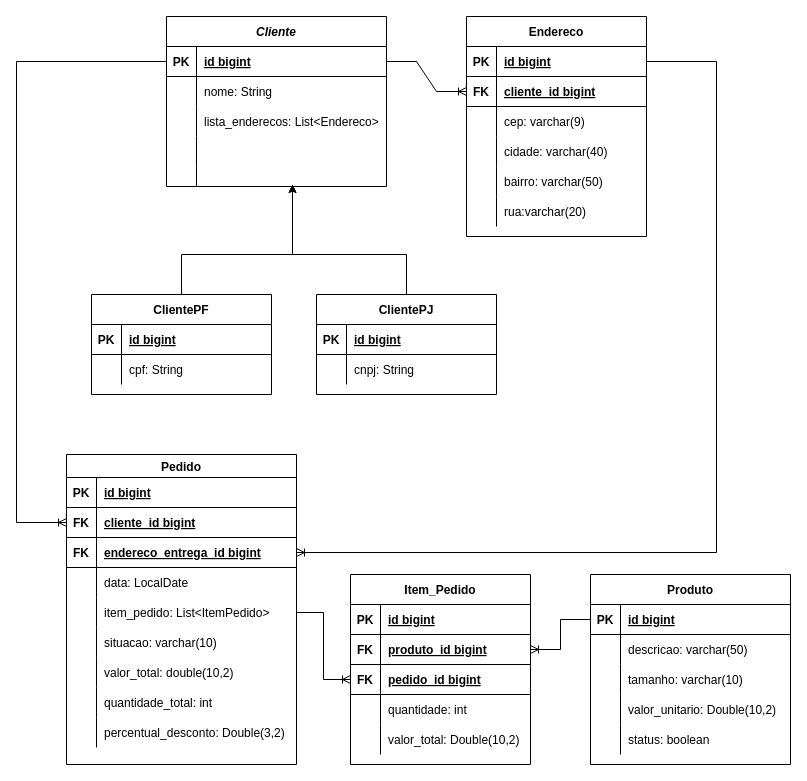
This is outros-documentos/mer_atualizado.drawio from ambrosiaandrade/proway-vissemodas, a draw.io file, before an edit. Source tidied: cells renumbered, new cells numbered last; positions are measured from the earlier drawing's top-left corner, leaving out a move shared by most shapes. Both pictures are drawn from the tidied source at 100%, with x=0, y=0 at pixel (16, 16).
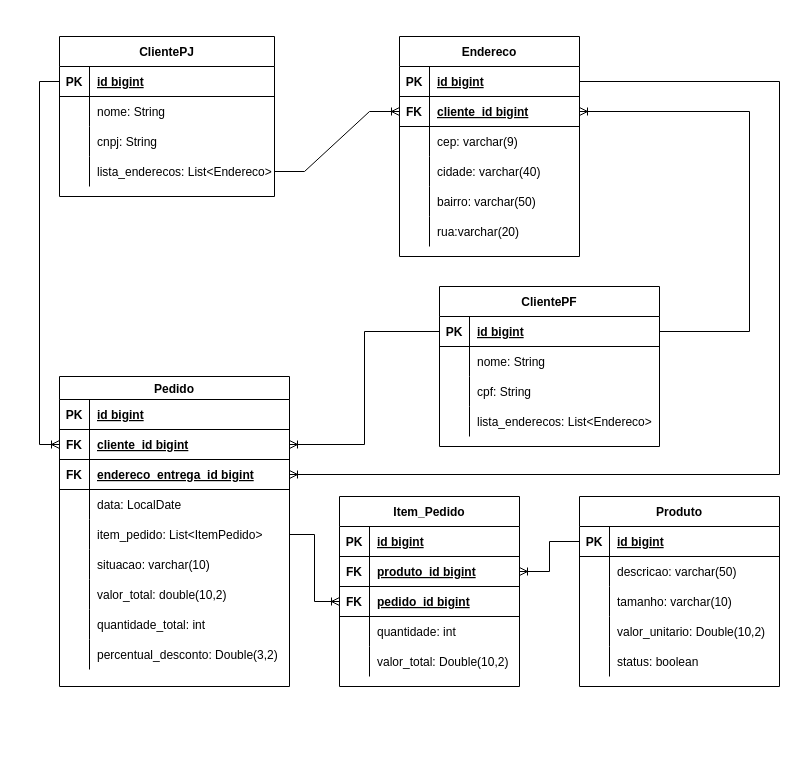
The same diagram, later.

The change refers to these unchanged cells:
```xml
<mxCell id="22" style="shape=partialRectangle;fillColor=none;top=0;left=0;bottom=1;right=0;points=[[0,0.5],[1,0.5]];portConstraint=eastwest;" parent="18" vertex="1">
  <mxGeometry y="53" width="230" height="30" as="geometry" />
</mxCell>
<mxCell id="25" style="shape=partialRectangle;fillColor=none;top=0;left=0;bottom=1;right=0;points=[[0,0.5],[1,0.5]];portConstraint=eastwest;" parent="18" vertex="1">
  <mxGeometry y="83" width="230" height="30" as="geometry" />
</mxCell>
<mxCell id="63" style="shape=partialRectangle;fillColor=none;top=0;left=0;bottom=1;right=0;points=[[0,0.5],[1,0.5]];portConstraint=eastwest;" parent="62" vertex="1">
  <mxGeometry y="30" width="180" height="30" as="geometry" />
</mxCell>
<mxCell id="66" style="shape=partialRectangle;fillColor=none;top=0;left=0;bottom=1;right=0;points=[[0,0.5],[1,0.5]];portConstraint=eastwest;" parent="62" vertex="1">
  <mxGeometry y="60" width="180" height="30" as="geometry" />
</mxCell>
```

Diff of the diagram source:
```diff
@@
     <mxCell id="2" value="Produto" style="shape=table;startSize=30;childLayout=tableLayout;rowLines=0;fontStyle=1;align=center;" parent="1" vertex="1">
-      <mxGeometry x="574" y="558" width="200" height="190" as="geometry" />
+      <mxGeometry x="563" y="480" width="200" height="190" as="geometry" />
     </mxCell>
@@
     <mxCell id="18" value="Pedido" style="shape=table;startSize=23;childLayout=tableLayout;rowLines=0;fontStyle=1;align=center;" parent="1" vertex="1">
-      <mxGeometry x="50" y="438" width="230" height="310" as="geometry" />
+      <mxGeometry x="43" y="360" width="230" height="310" as="geometry" />
     </mxCell>
@@
     <mxCell id="46" value="Item_Pedido" style="shape=table;startSize=30;childLayout=tableLayout;rowLines=0;fontStyle=1;align=center;" parent="1" vertex="1">
-      <mxGeometry x="334" y="558" width="180" height="190" as="geometry" />
+      <mxGeometry x="323" y="480" width="180" height="190" as="geometry" />
     </mxCell>
@@
     <mxCell id="62" value="Endereco" style="shape=table;startSize=30;childLayout=tableLayout;rowLines=0;fontStyle=1;align=center;" parent="1" vertex="1">
-      <mxGeometry x="450" width="180" height="220" as="geometry" />
+      <mxGeometry x="383" y="20" width="180" height="220" as="geometry" />
     </mxCell>
@@
-    <mxCell id="81" value="Cliente" style="shape=table;startSize=30;childLayout=tableLayout;rowLines=0;fontStyle=3;align=center;" parent="1" vertex="1">
-      <mxGeometry x="150" width="220" height="170" as="geometry" />
-    </mxCell>
-    <mxCell id="82" style="shape=partialRectangle;fillColor=none;top=0;left=0;bottom=1;right=0;points=[[0,0.5],[1,0.5]];portConstraint=eastwest;" parent="81" vertex="1">
-      <mxGeometry y="30" width="220" height="30" as="geometry" />
-    </mxCell>
-    <mxCell id="83" value="PK" style="shape=partialRectangle;fillColor=none;top=0;left=0;bottom=0;right=0;fontStyle=1;overflow=hidden;" parent="82" vertex="1">
-      <mxGeometry width="30" height="30" as="geometry" />
-    </mxCell>
-    <mxCell id="84" value="id bigint" style="shape=partialRectangle;fillColor=none;top=0;left=0;bottom=0;right=0;align=left;spacingLeft=6;fontStyle=5;overflow=hidden;" parent="82" vertex="1">
-      <mxGeometry x="30" width="190" height="30" as="geometry" />
-    </mxCell>
-    <mxCell id="85" style="shape=partialRectangle;fillColor=none;top=0;left=0;bottom=0;right=0;" parent="81" vertex="1">
-      <mxGeometry y="60" width="220" height="30" as="geometry" />
-    </mxCell>
-    <mxCell id="86" style="shape=partialRectangle;fillColor=none;top=0;left=0;bottom=0;right=0;overflow=hidden;" parent="85" vertex="1">
-      <mxGeometry width="30" height="30" as="geometry" />
-    </mxCell>
-    <mxCell id="87" value="nome: String" style="shape=partialRectangle;fillColor=none;top=0;left=0;bottom=0;right=0;align=left;spacingLeft=6;overflow=hidden;" parent="85" vertex="1">
-      <mxGeometry x="30" width="190" height="30" as="geometry" />
-    </mxCell>
-    <mxCell id="88" style="shape=partialRectangle;fillColor=none;top=0;left=0;bottom=0;right=0;" parent="81" vertex="1">
-      <mxGeometry y="90" width="220" height="30" as="geometry" />
-    </mxCell>
-    <mxCell id="89" style="shape=partialRectangle;fillColor=none;top=0;left=0;bottom=0;right=0;overflow=hidden;" parent="88" vertex="1">
-      <mxGeometry width="30" height="30" as="geometry" />
-    </mxCell>
-    <mxCell id="90" value="lista_enderecos: List&lt;Endereco&gt;" style="shape=partialRectangle;fillColor=none;top=0;left=0;bottom=0;right=0;align=left;spacingLeft=6;overflow=hidden;" parent="88" vertex="1">
-      <mxGeometry x="30" width="190" height="30" as="geometry" />
-    </mxCell>
-    <mxCell id="91" style="shape=partialRectangle;fillColor=none;top=0;left=0;bottom=0;right=0;" parent="81" vertex="1">
-      <mxGeometry y="120" width="220" height="30" as="geometry" />
-    </mxCell>
-    <mxCell id="92" style="shape=partialRectangle;fillColor=none;top=0;left=0;bottom=0;right=0;overflow=hidden;" parent="91" vertex="1">
-      <mxGeometry width="30" height="30" as="geometry" />
-    </mxCell>
-    <mxCell id="93" style="shape=partialRectangle;fillColor=none;top=0;left=0;bottom=0;right=0;align=left;spacingLeft=6;overflow=hidden;" parent="91" vertex="1">
-      <mxGeometry x="30" width="190" height="30" as="geometry" />
-    </mxCell>
-    <mxCell id="94" style="shape=partialRectangle;fillColor=none;top=0;left=0;bottom=0;right=0;" parent="81" vertex="1">
-      <mxGeometry y="150" width="220" height="20" as="geometry" />
-    </mxCell>
-    <mxCell id="95" style="shape=partialRectangle;fillColor=none;top=0;left=0;bottom=0;right=0;overflow=hidden;" parent="94" vertex="1">
-      <mxGeometry width="30" height="20" as="geometry" />
-    </mxCell>
-    <mxCell id="96" style="shape=partialRectangle;fillColor=none;top=0;left=0;bottom=0;right=0;align=left;spacingLeft=6;overflow=hidden;" parent="94" vertex="1">
-      <mxGeometry x="30" width="190" height="20" as="geometry" />
-    </mxCell>
-    <mxCell id="97" style="endArrow=classic;html=1;rounded=0;edgeStyle=elbowEdgeStyle;elbow=vertical;exitX=0.5;exitY=0;exitDx=0;exitDy=0;" parent="1" edge="1" source="99">
-      <mxGeometry relative="1" as="geometry">
-        <mxPoint x="276" y="168" as="targetPoint" />
-        <Array as="points">
-          <mxPoint x="230" y="238" />
-          <mxPoint x="220" y="238" />
-        </Array>
-      </mxGeometry>
-    </mxCell>
-    <mxCell id="98" style="endArrow=classic;html=1;rounded=0;edgeStyle=elbowEdgeStyle;elbow=vertical;exitX=0.5;exitY=0;exitDx=0;exitDy=0;" parent="1" edge="1" source="106">
-      <mxGeometry relative="1" as="geometry">
-        <mxPoint x="276" y="168" as="targetPoint" />
-        <Array as="points">
-          <mxPoint x="330" y="238" />
-        </Array>
-      </mxGeometry>
-    </mxCell>
-    <mxCell id="99" value="ClientePF" style="shape=table;startSize=30;childLayout=tableLayout;rowLines=0;fontStyle=1;align=center;" parent="1" vertex="1">
-      <mxGeometry x="75" y="278" width="180" height="100" as="geometry" />
-    </mxCell>
-    <mxCell id="100" style="shape=partialRectangle;fillColor=none;top=0;left=0;bottom=1;right=0;" parent="99" vertex="1">
-      <mxGeometry y="30" width="180" height="30" as="geometry" />
-    </mxCell>
-    <mxCell id="101" value="PK" style="shape=partialRectangle;fillColor=none;top=0;left=0;bottom=0;right=0;fontStyle=1;overflow=hidden;" parent="100" vertex="1">
-      <mxGeometry width="30" height="30" as="geometry" />
-    </mxCell>
-    <mxCell id="102" value="id bigint" style="shape=partialRectangle;fillColor=none;top=0;left=0;bottom=0;right=0;align=left;spacingLeft=6;fontStyle=5;overflow=hidden;" parent="100" vertex="1">
-      <mxGeometry x="30" width="150" height="30" as="geometry" />
-    </mxCell>
-    <mxCell id="103" style="shape=partialRectangle;fillColor=none;top=0;left=0;bottom=0;right=0;" parent="99" vertex="1">
-      <mxGeometry y="60" width="180" height="30" as="geometry" />
-    </mxCell>
-    <mxCell id="104" style="shape=partialRectangle;fillColor=none;top=0;left=0;bottom=0;right=0;overflow=hidden;" parent="103" vertex="1">
-      <mxGeometry width="30" height="30" as="geometry" />
-    </mxCell>
-    <mxCell id="105" value="cpf: String" style="shape=partialRectangle;fillColor=none;top=0;left=0;bottom=0;right=0;align=left;spacingLeft=6;overflow=hidden;" parent="103" vertex="1">
-      <mxGeometry x="30" width="150" height="30" as="geometry" />
-    </mxCell>
-    <mxCell id="106" value="ClientePJ" style="shape=table;startSize=30;childLayout=tableLayout;rowLines=0;fontStyle=1;align=center;" parent="1" vertex="1">
-      <mxGeometry x="300" y="278" width="180" height="100" as="geometry" />
-    </mxCell>
-    <mxCell id="107" style="shape=partialRectangle;fillColor=none;top=0;left=0;bottom=1;right=0;" parent="106" vertex="1">
-      <mxGeometry y="30" width="180" height="30" as="geometry" />
-    </mxCell>
-    <mxCell id="108" value="PK" style="shape=partialRectangle;fillColor=none;top=0;left=0;bottom=0;right=0;fontStyle=1;overflow=hidden;" parent="107" vertex="1">
-      <mxGeometry width="30" height="30" as="geometry" />
-    </mxCell>
-    <mxCell id="109" value="id bigint" style="shape=partialRectangle;fillColor=none;top=0;left=0;bottom=0;right=0;align=left;spacingLeft=6;fontStyle=5;overflow=hidden;" parent="107" vertex="1">
-      <mxGeometry x="30" width="150" height="30" as="geometry" />
-    </mxCell>
-    <mxCell id="110" style="shape=partialRectangle;fillColor=none;top=0;left=0;bottom=0;right=0;" parent="106" vertex="1">
-      <mxGeometry y="60" width="180" height="30" as="geometry" />
-    </mxCell>
-    <mxCell id="111" style="shape=partialRectangle;fillColor=none;top=0;left=0;bottom=0;right=0;overflow=hidden;" parent="110" vertex="1">
-      <mxGeometry width="30" height="30" as="geometry" />
-    </mxCell>
-    <mxCell id="112" value="cnpj: String" style="shape=partialRectangle;fillColor=none;top=0;left=0;bottom=0;right=0;align=left;spacingLeft=6;overflow=hidden;" parent="110" vertex="1">
-      <mxGeometry x="30" width="150" height="30" as="geometry" />
-    </mxCell>
-    <mxCell id="113" style="edgeStyle=elbowEdgeStyle;fontSize=12;html=1;endArrow=ERoneToMany;rounded=0;exitX=0;exitY=0.5;exitDx=0;exitDy=0;elbow=vertical;entryX=0;entryY=0.5;entryDx=0;entryDy=0;" parent="1" edge="1" source="82" target="22">
+    <mxCell id="113" style="edgeStyle=elbowEdgeStyle;fontSize=12;html=1;endArrow=ERoneToMany;rounded=0;exitX=0;exitY=0.5;exitDx=0;exitDy=0;elbow=vertical;entryX=0;entryY=0.5;entryDx=0;entryDy=0;" parent="1" edge="1" source="122" target="22">
       <mxGeometry relative="1" as="geometry">
         <Array as="points">
+          <mxPoint x="23" y="290" />
           <mxPoint y="478" />
           <mxPoint x="110" y="378" />
           <mxPoint x="30" y="458" />
           <mxPoint x="100" y="183" />
           <mxPoint x="110" y="238" />
           <mxPoint x="60" y="278" />
           <mxPoint x="120" y="328" />
         </Array>
       </mxGeometry>
     </mxCell>
     <mxCell id="114" style="edgeStyle=elbowEdgeStyle;fontSize=12;html=1;endArrow=ERoneToMany;rounded=0;entryX=1;entryY=0.5;entryDx=0;entryDy=0;exitX=1;exitY=0.5;exitDx=0;exitDy=0;" parent="1" edge="1" source="63" target="25">
       <mxGeometry relative="1" as="geometry">
         <Array as="points">
+          <mxPoint x="763" y="270" />
           <mxPoint x="700" y="328" />
           <mxPoint x="540" y="548" />
         </Array>
       </mxGeometry>
     </mxCell>
@@
-    <mxCell id="117" style="edgeStyle=entityRelationEdgeStyle;fontSize=12;html=1;endArrow=ERoneToMany;rounded=0;exitX=1;exitY=0.5;exitDx=0;exitDy=0;" parent="1" edge="1" source="82" target="66">
+    <mxCell id="117" style="edgeStyle=entityRelationEdgeStyle;fontSize=12;html=1;endArrow=ERoneToMany;rounded=0;exitX=1;exitY=0.5;exitDx=0;exitDy=0;" parent="1" edge="1" source="130" target="66">
       <mxGeometry relative="1" as="geometry" />
     </mxCell>
+    <mxCell id="99" value="ClientePF" style="shape=table;startSize=30;childLayout=tableLayout;rowLines=0;fontStyle=1;align=center;" parent="1" vertex="1">
+      <mxGeometry x="423" y="270" width="220" height="160" as="geometry" />
+    </mxCell>
+    <mxCell id="82" style="shape=partialRectangle;fillColor=none;top=0;left=0;bottom=1;right=0;points=[[0,0.5],[1,0.5]];portConstraint=eastwest;" parent="99" vertex="1">
+      <mxGeometry y="30" width="220" height="30" as="geometry" />
+    </mxCell>
+    <mxCell id="118" value="PK" style="shape=partialRectangle;fillColor=none;top=0;left=0;bottom=0;right=0;fontStyle=1;overflow=hidden;" parent="82" vertex="1">
+      <mxGeometry width="30" height="30" as="geometry" />
+    </mxCell>
+    <mxCell id="84" value="id bigint" style="shape=partialRectangle;fillColor=none;top=0;left=0;bottom=0;right=0;align=left;spacingLeft=6;fontStyle=5;overflow=hidden;" parent="82" vertex="1">
+      <mxGeometry x="30" width="190" height="30" as="geometry" />
+    </mxCell>
+    <mxCell id="85" style="shape=partialRectangle;fillColor=none;top=0;left=0;bottom=0;right=0;" parent="99" vertex="1">
+      <mxGeometry y="60" width="220" height="30" as="geometry" />
+    </mxCell>
+    <mxCell id="119" style="shape=partialRectangle;fillColor=none;top=0;left=0;bottom=0;right=0;overflow=hidden;" parent="85" vertex="1">
+      <mxGeometry width="30" height="30" as="geometry" />
+    </mxCell>
+    <mxCell id="87" value="nome: String" style="shape=partialRectangle;fillColor=none;top=0;left=0;bottom=0;right=0;align=left;spacingLeft=6;overflow=hidden;" parent="85" vertex="1">
+      <mxGeometry x="30" width="190" height="30" as="geometry" />
+    </mxCell>
+    <mxCell id="88" style="shape=partialRectangle;fillColor=none;top=0;left=0;bottom=0;right=0;" parent="99" vertex="1">
+      <mxGeometry y="90" width="220" height="30" as="geometry" />
+    </mxCell>
+    <mxCell id="120" style="shape=partialRectangle;fillColor=none;top=0;left=0;bottom=0;right=0;overflow=hidden;" parent="88" vertex="1">
+      <mxGeometry width="30" height="30" as="geometry" />
+    </mxCell>
+    <mxCell id="105" value="cpf: String" style="shape=partialRectangle;fillColor=none;top=0;left=0;bottom=0;right=0;align=left;spacingLeft=6;overflow=hidden;" parent="88" vertex="1">
+      <mxGeometry x="30" width="190" height="30" as="geometry" />
+    </mxCell>
+    <mxCell id="91" style="shape=partialRectangle;fillColor=none;top=0;left=0;bottom=0;right=0;" parent="99" vertex="1">
+      <mxGeometry y="120" width="220" height="30" as="geometry" />
+    </mxCell>
+    <mxCell id="121" style="shape=partialRectangle;fillColor=none;top=0;left=0;bottom=0;right=0;overflow=hidden;" parent="91" vertex="1">
+      <mxGeometry width="30" height="30" as="geometry" />
+    </mxCell>
+    <mxCell id="90" value="lista_enderecos: List&lt;Endereco&gt;" style="shape=partialRectangle;fillColor=none;top=0;left=0;bottom=0;right=0;align=left;spacingLeft=6;overflow=hidden;" parent="91" vertex="1">
+      <mxGeometry x="30" width="190" height="30" as="geometry" />
+    </mxCell>
+    <mxCell id="106" value="ClientePJ" style="shape=table;startSize=30;childLayout=tableLayout;rowLines=0;fontStyle=1;align=center;" parent="1" vertex="1">
+      <mxGeometry x="43" y="20" width="215" height="160" as="geometry" />
+    </mxCell>
+    <mxCell id="122" style="shape=partialRectangle;fillColor=none;top=0;left=0;bottom=1;right=0;points=[[0,0.5],[1,0.5]];portConstraint=eastwest;" parent="106" vertex="1">
+      <mxGeometry y="30" width="215" height="30" as="geometry" />
+    </mxCell>
+    <mxCell id="123" value="PK" style="shape=partialRectangle;fillColor=none;top=0;left=0;bottom=0;right=0;fontStyle=1;overflow=hidden;" parent="122" vertex="1">
+      <mxGeometry width="30" height="30" as="geometry" />
+    </mxCell>
+    <mxCell id="124" value="id bigint" style="shape=partialRectangle;fillColor=none;top=0;left=0;bottom=0;right=0;align=left;spacingLeft=6;fontStyle=5;overflow=hidden;" parent="122" vertex="1">
+      <mxGeometry x="30" width="185" height="30" as="geometry" />
+    </mxCell>
+    <mxCell id="125" style="shape=partialRectangle;fillColor=none;top=0;left=0;bottom=0;right=0;" parent="106" vertex="1">
+      <mxGeometry y="60" width="215" height="30" as="geometry" />
+    </mxCell>
+    <mxCell id="126" style="shape=partialRectangle;fillColor=none;top=0;left=0;bottom=0;right=0;overflow=hidden;" parent="125" vertex="1">
+      <mxGeometry width="30" height="30" as="geometry" />
+    </mxCell>
+    <mxCell id="127" value="nome: String" style="shape=partialRectangle;fillColor=none;top=0;left=0;bottom=0;right=0;align=left;spacingLeft=6;overflow=hidden;" parent="125" vertex="1">
+      <mxGeometry x="30" width="185" height="30" as="geometry" />
+    </mxCell>
+    <mxCell id="128" style="shape=partialRectangle;fillColor=none;top=0;left=0;bottom=0;right=0;" parent="106" vertex="1">
+      <mxGeometry y="90" width="215" height="30" as="geometry" />
+    </mxCell>
+    <mxCell id="129" style="shape=partialRectangle;fillColor=none;top=0;left=0;bottom=0;right=0;overflow=hidden;" parent="128" vertex="1">
+      <mxGeometry width="30" height="30" as="geometry" />
+    </mxCell>
+    <mxCell id="112" value="cnpj: String" style="shape=partialRectangle;fillColor=none;top=0;left=0;bottom=0;right=0;align=left;spacingLeft=6;overflow=hidden;" parent="128" vertex="1">
+      <mxGeometry x="30" width="185" height="30" as="geometry" />
+    </mxCell>
+    <mxCell id="130" style="shape=partialRectangle;fillColor=none;top=0;left=0;bottom=0;right=0;points=[[0,0.5],[1,0.5]];portConstraint=eastwest;" parent="106" vertex="1">
+      <mxGeometry y="120" width="215" height="30" as="geometry" />
+    </mxCell>
+    <mxCell id="131" style="shape=partialRectangle;fillColor=none;top=0;left=0;bottom=0;right=0;overflow=hidden;" parent="130" vertex="1">
+      <mxGeometry width="30" height="30" as="geometry" />
+    </mxCell>
+    <mxCell id="132" value="lista_enderecos: List&lt;Endereco&gt;" style="shape=partialRectangle;fillColor=none;top=0;left=0;bottom=0;right=0;align=left;spacingLeft=6;overflow=hidden;" parent="130" vertex="1">
+      <mxGeometry x="30" width="185" height="30" as="geometry" />
+    </mxCell>
+    <mxCell id="133" style="edgeStyle=elbowEdgeStyle;fontSize=12;html=1;endArrow=ERoneToMany;rounded=0;entryX=1;entryY=0.5;entryDx=0;entryDy=0;" parent="1" edge="1" source="82" target="66">
+      <mxGeometry relative="1" as="geometry">
+        <Array as="points">
+          <mxPoint x="733" y="200" />
+          <mxPoint x="663" y="180" />
+        </Array>
+      </mxGeometry>
+    </mxCell>
+    <mxCell id="134" style="edgeStyle=elbowEdgeStyle;fontSize=12;html=1;endArrow=ERoneToMany;rounded=0;entryX=1;entryY=0.5;entryDx=0;entryDy=0;exitX=0;exitY=0.5;exitDx=0;exitDy=0;" parent="1" edge="1" source="82" target="22">
+      <mxGeometry relative="1" as="geometry" />
+    </mxCell>
```
